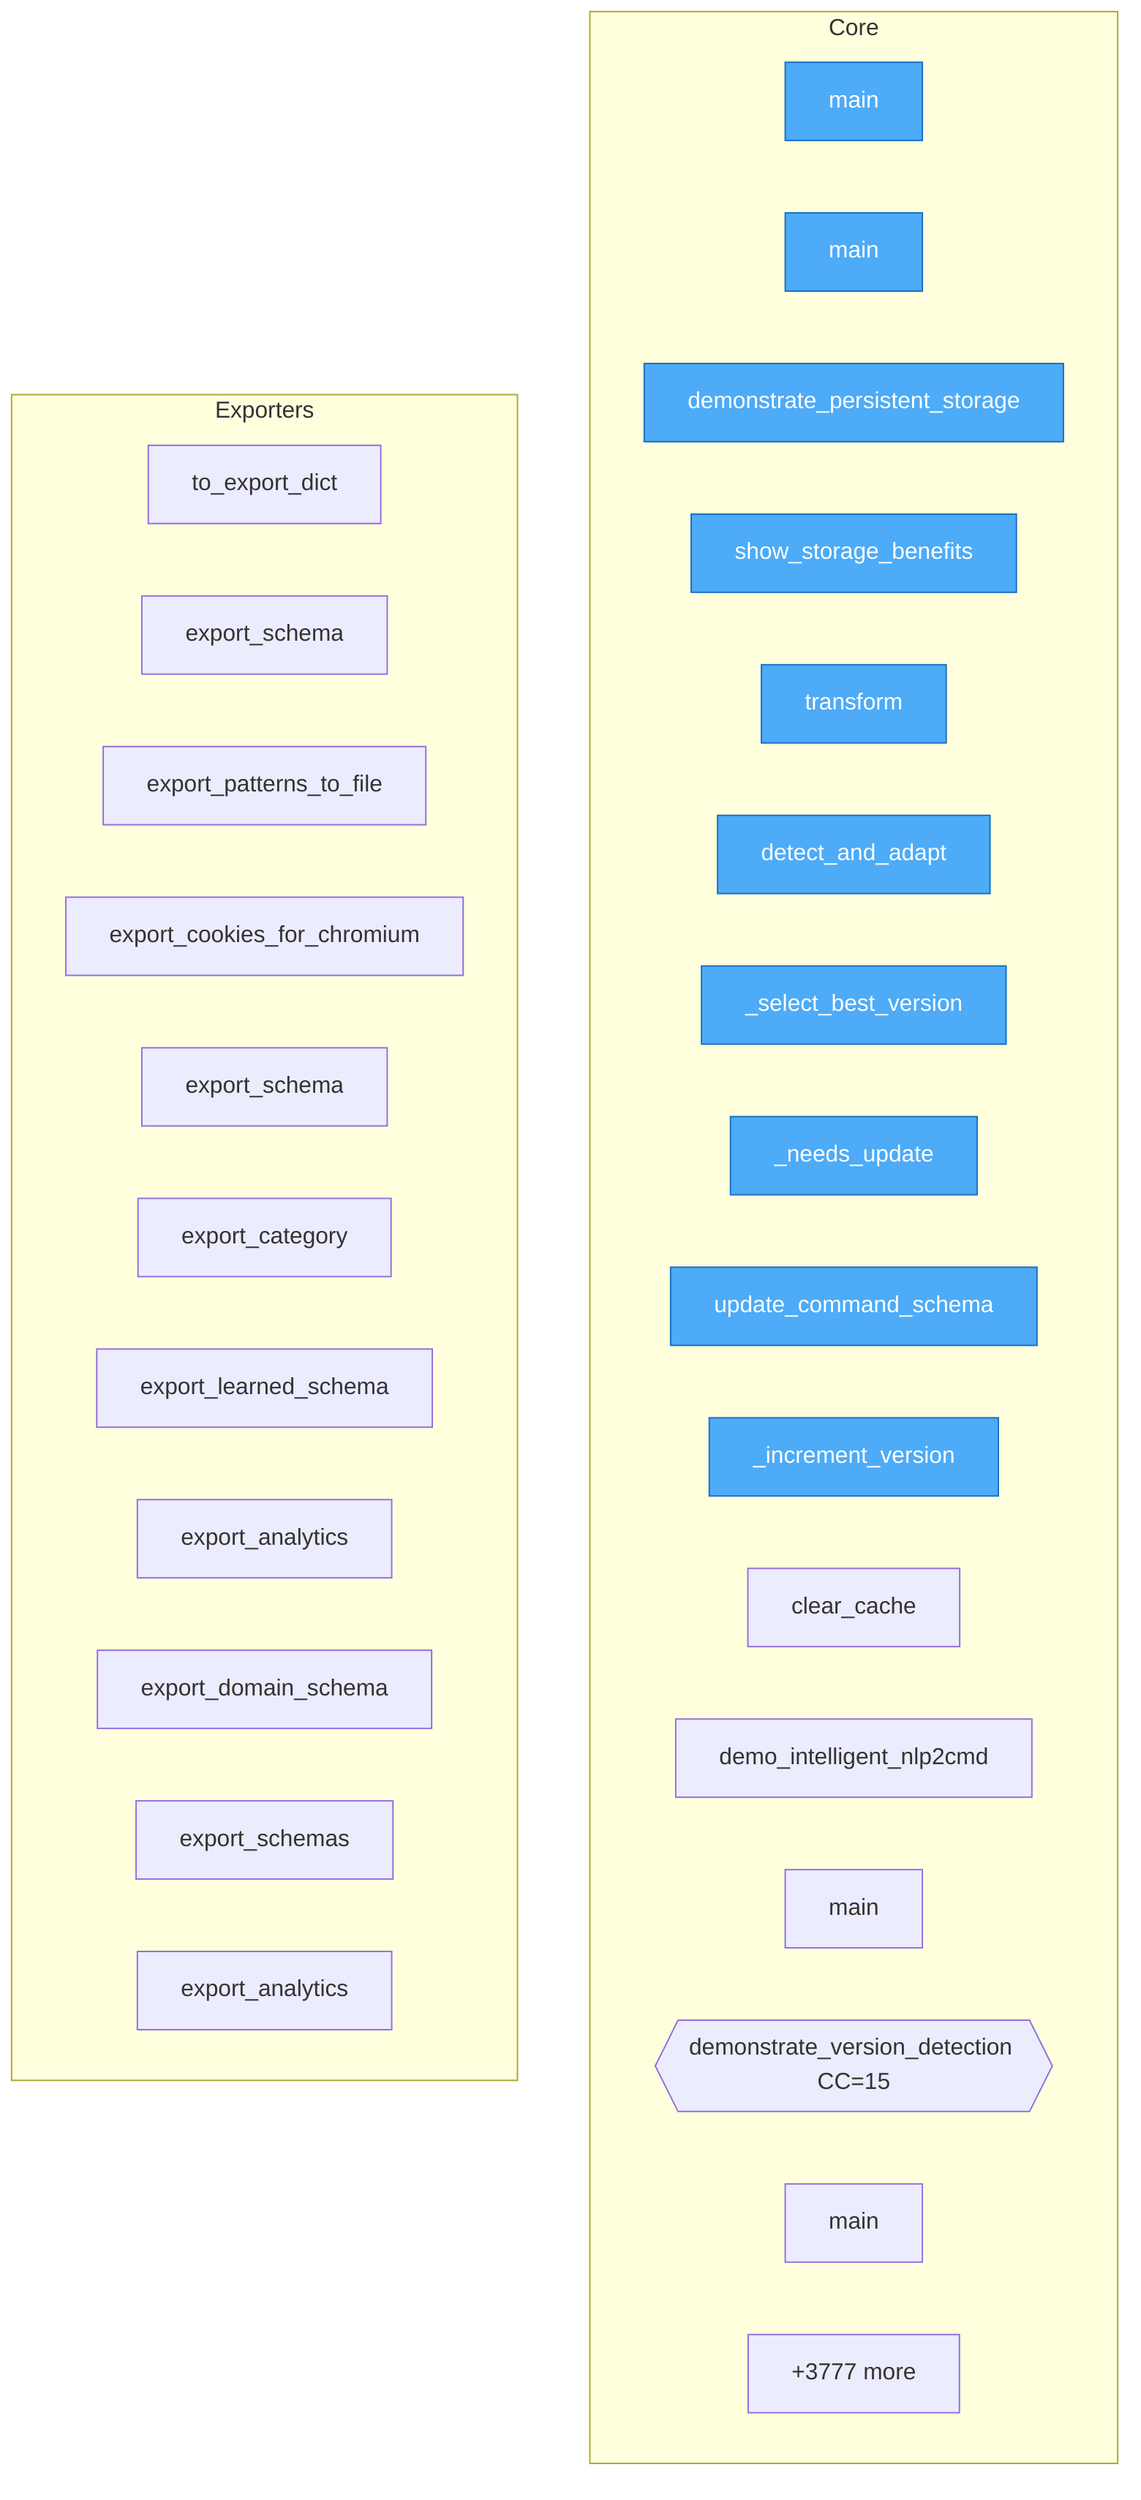
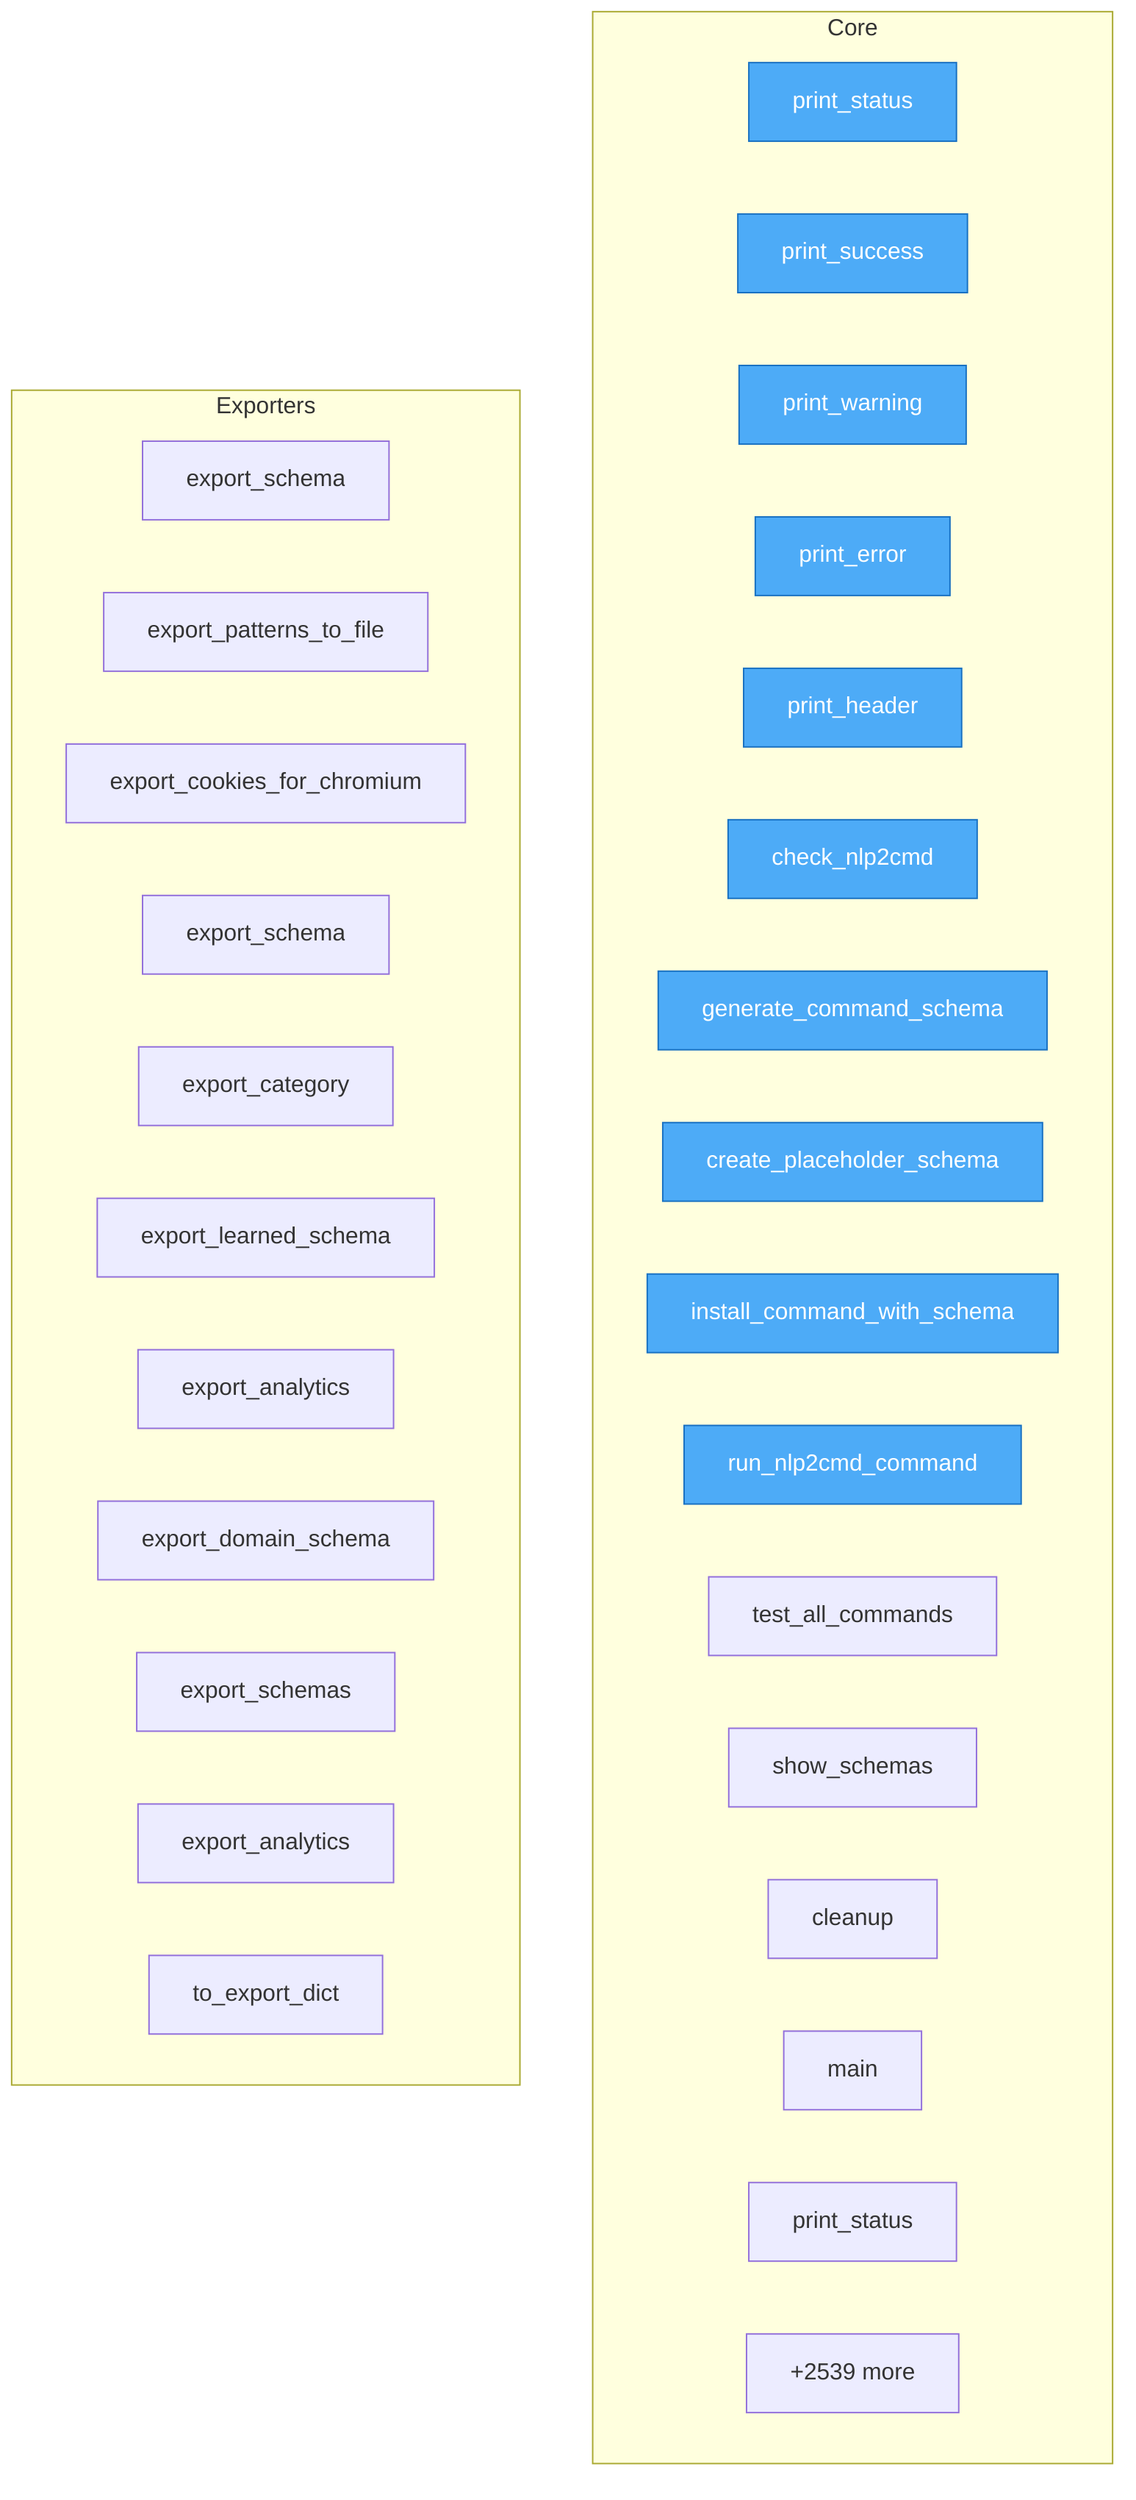
flowchart TD
+ %% generated in 0.06s

    %% Entry points (blue)
    classDef entry fill:#4dabf7,stroke:#1971c2,color:#fff

    subgraph Core
-         demos__simple_schema_demo__main["main"]
-         demos__demo_enhanced__main["main"]
-         demos__demo_persistent_storage__demonstrate_persistent_storage["demonstrate_persistent_storage"]
-         demos__demo_persistent_storage__show_storage_benefits["show_storage_benefits"]
-         demos__demo_intelligent_nlp2cmd__IntelligentNLP2CMD__transform["transform"]
-         demos__demo_intelligent_nlp2cmd__IntelligentNLP2CMD__detect_and_adapt["detect_and_adapt"]
-         demos__demo_intelligent_nlp2cmd__IntelligentNLP2CMD___select_best_version["_select_best_version"]
-         demos__demo_intelligent_nlp2cmd__IntelligentNLP2CMD___needs_update["_needs_update"]
-         demos__demo_intelligent_nlp2cmd__IntelligentNLP2CMD__update_command_schema["update_command_schema"]
-         demos__demo_intelligent_nlp2cmd__IntelligentNLP2CMD___increment_version["_increment_version"]
-         demos__demo_intelligent_nlp2cmd__IntelligentNLP2CMD__clear_cache["clear_cache"]
-         demos__demo_intelligent_nlp2cmd__demo_intelligent_nlp2cmd["demo_intelligent_nlp2cmd"]
-         demos__demo_schema_flow__main["main"]
-         demos__demo_version_detection__demonstrate_version_detection{{demonstrate_version_detection CC=15}}
-         demos__demo_version_detection__main["main"]
-         ...["+3777 more"]
+         test_nlp2cmd_enhanced__print_status["print_status"]
+         test_nlp2cmd_enhanced__print_success["print_success"]
+         test_nlp2cmd_enhanced__print_warning["print_warning"]
+         test_nlp2cmd_enhanced__print_error["print_error"]
+         test_nlp2cmd_enhanced__print_header["print_header"]
+         test_nlp2cmd_enhanced__check_nlp2cmd["check_nlp2cmd"]
+         test_nlp2cmd_enhanced__generate_command_schema["generate_command_schema"]
+         test_nlp2cmd_enhanced__create_placeholder_schema["create_placeholder_schema"]
+         test_nlp2cmd_enhanced__install_command_with_schema["install_command_with_schema"]
+         test_nlp2cmd_enhanced__run_nlp2cmd_command["run_nlp2cmd_command"]
+         test_nlp2cmd_enhanced__test_all_commands["test_all_commands"]
+         test_nlp2cmd_enhanced__show_schemas["show_schemas"]
+         test_nlp2cmd_enhanced__cleanup["cleanup"]
+         test_nlp2cmd_enhanced__main["main"]
+         test_nlp2cmd_commands__print_status["print_status"]
+         ...["+2539 more"]
    end

    subgraph Exporters
-         src__app2schema__extract__App2SchemaResult__to_export_dict["to_export_dict"]
        src__nlp2cmd__schemas__SchemaRegistry__export_schema["export_schema"]
        src__nlp2cmd__automation__vector_store__export_patterns_to_file["export_patterns_to_file"]
        src__nlp2cmd__automation__firefox_sessions__FirefoxSessionImporter__export_cookies_for_chromium["export_cookies_for_chromium"]
-         src__nlp2cmd__generation__fuzzy_schema_matcher__FuzzySchemaMatcher__export_schema["export_schema"]
+         src__nlp2cmd__generation__fuzzy_schema_matcher_class__FuzzySchemaMatcher__export_schema["export_schema"]
        src__nlp2cmd__core__toon_integration__ToonDataManager__export_category["export_category"]
        src__nlp2cmd__cli__web_schema__export_learned_schema["export_learned_schema"]
        src__nlp2cmd__cli__history__export_analytics["export_analytics"]
        src__nlp2cmd__web_schema__history__InteractionHistory__export_domain_schema["export_domain_schema"]
        src__nlp2cmd__enhanced__EnhancedNLP2CMD__export_schemas["export_schemas"]
        src__nlp2cmd__history__tracker__CommandHistory__export_analytics["export_analytics"]
+         src__app2schema__extract__App2SchemaResult__to_export_dict["to_export_dict"]
    end

-     class demos__simple_schema_demo__main,demos__demo_enhanced__main,demos__demo_persistent_storage__demonstrate_persistent_storage,demos__demo_persistent_storage__show_storage_benefits,demos__demo_intelligent_nlp2cmd__IntelligentNLP2CMD__transform,demos__demo_intelligent_nlp2cmd__IntelligentNLP2CMD__detect_and_adapt,demos__demo_intelligent_nlp2cmd__IntelligentNLP2CMD___select_best_version,demos__demo_intelligent_nlp2cmd__IntelligentNLP2CMD___needs_update,demos__demo_intelligent_nlp2cmd__IntelligentNLP2CMD__update_command_schema,demos__demo_intelligent_nlp2cmd__IntelligentNLP2CMD___increment_version entry
+     class test_nlp2cmd_enhanced__print_status,test_nlp2cmd_enhanced__print_success,test_nlp2cmd_enhanced__print_warning,test_nlp2cmd_enhanced__print_error,test_nlp2cmd_enhanced__print_header,test_nlp2cmd_enhanced__check_nlp2cmd,test_nlp2cmd_enhanced__generate_command_schema,test_nlp2cmd_enhanced__create_placeholder_schema,test_nlp2cmd_enhanced__install_command_with_schema,test_nlp2cmd_enhanced__run_nlp2cmd_command entry
